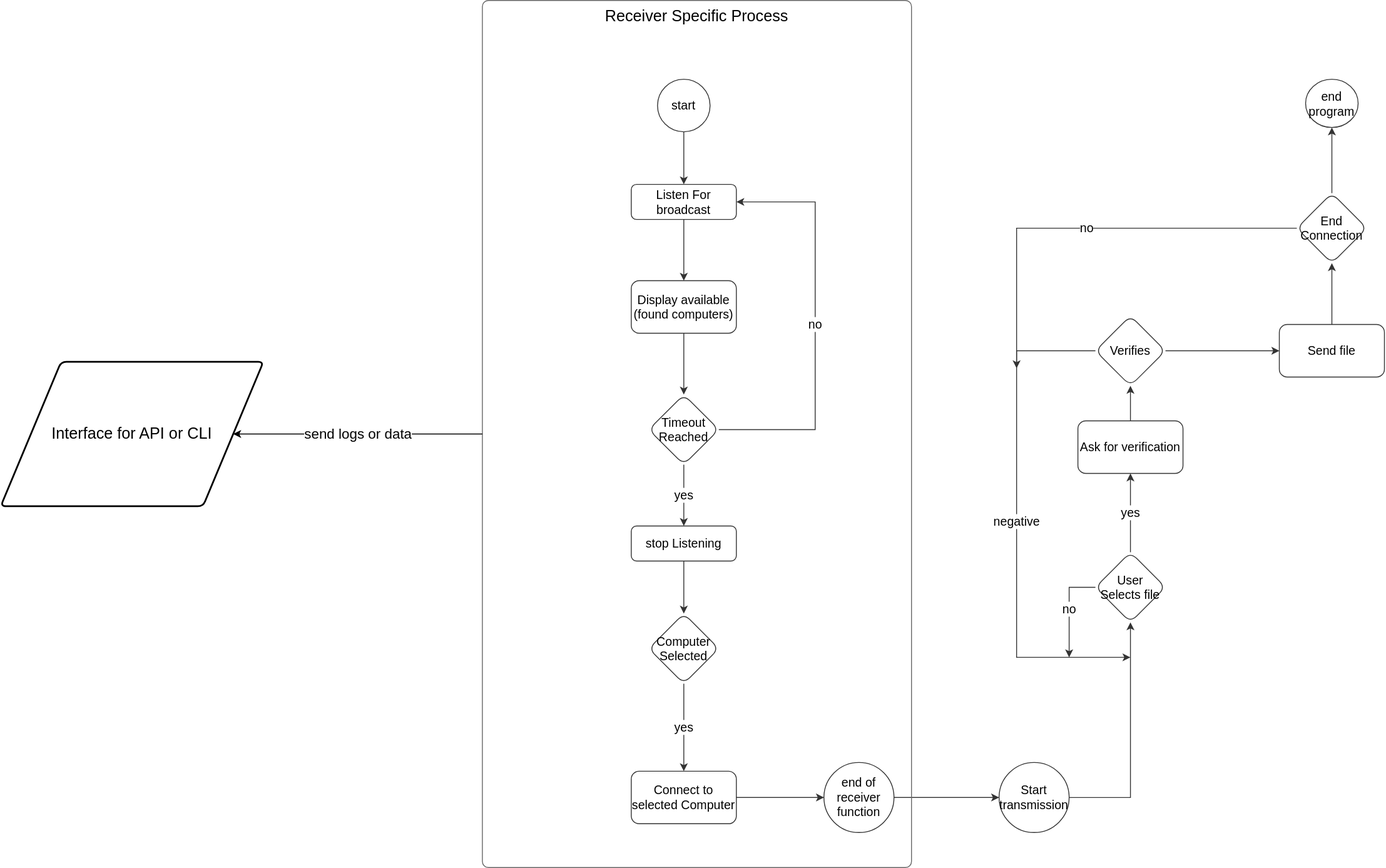
This is swift_receiver.drawio.svg from 321swift/swift, a draw.io export, as it was before one commit. Source tidied: cells renumbered, new cells last; positions are measured from the earlier drawing's top-left corner, leaving out a move shared by most shapes.
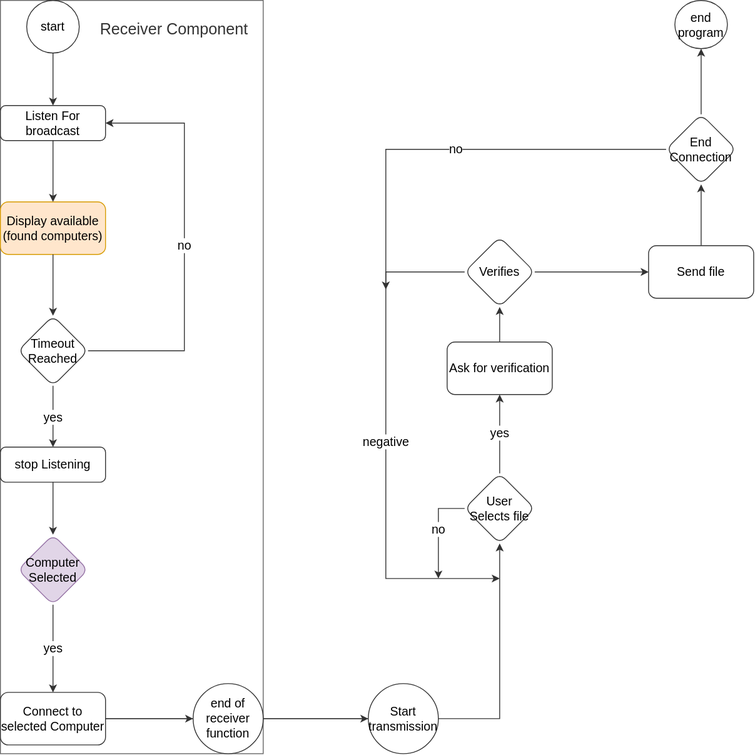
After the commit.

The edit, as a diff of the source:
```diff
@@ -66,76 +66,67 @@
     <mxCell id="19" style="edgeStyle=orthogonalEdgeStyle;rounded=0;jettySize=auto;html=1;fontSize=14;strokeColor=#333333;" parent="5" edge="1" source="16" target="18">
       <mxGeometry relative="1" as="geometry" />
     </mxCell>
-    <mxCell id="20" value="Receiver Specific Process" style="group;fontSize=18;" parent="1" vertex="1">
-      <mxGeometry x="550" width="490" height="990" as="geometry" />
-    </mxCell>
+    <mxCell id="41" value="Receiver Component" style="group;fillColor=none;fontColor=#333333;strokeColor=#666666;fontSize=18;verticalAlign=top;align=right;spacing=17;spacingBottom=1;spacingLeft=18;" parent="1" vertex="1">
+      <mxGeometry x="720" y="90" width="300" height="860" as="geometry" />
+    </mxCell>
-    <mxCell id="21" style="rounded=0;html=1;jettySize=auto;orthogonalLoop=1;fontSize=14;endArrow=block;endFill=0;endSize=8;strokeWidth=1;shadow=0;labelBackgroundColor=none;edgeStyle=orthogonalEdgeStyle;strokeColor=#333333;" parent="20" edge="1">
+    <mxCell id="21" style="rounded=0;html=1;jettySize=auto;orthogonalLoop=1;fontSize=14;endArrow=block;endFill=0;endSize=8;strokeWidth=1;shadow=0;labelBackgroundColor=none;edgeStyle=orthogonalEdgeStyle;strokeColor=#333333;" parent="41" edge="1">
       <mxGeometry relative="1" as="geometry">
-        <mxPoint x="224" y="460" as="sourcePoint" />
-        <mxPoint x="224" y="510" as="targetPoint" />
+        <mxPoint x="54" y="370" as="sourcePoint" />
+        <mxPoint x="54" y="420" as="targetPoint" />
       </mxGeometry>
     </mxCell>
-    <mxCell id="22" value="&lt;div style=&quot;font-size: 14px;&quot;&gt;Listen For broadcast&lt;/div&gt;" style="rounded=1;whiteSpace=wrap;html=1;fontSize=14;glass=0;strokeWidth=1;shadow=0;strokeColor=#333333;" parent="20" vertex="1">
-      <mxGeometry x="170" y="210" width="120" height="40" as="geometry" />
+    <mxCell id="22" value="&lt;div style=&quot;font-size: 14px;&quot;&gt;Listen For broadcast&lt;/div&gt;" style="rounded=1;whiteSpace=wrap;html=1;fontSize=14;glass=0;strokeWidth=1;shadow=0;strokeColor=#333333;" parent="41" vertex="1">
+      <mxGeometry y="120" width="120" height="40" as="geometry" />
     </mxCell>
-    <mxCell id="23" style="edgeStyle=orthogonalEdgeStyle;jettySize=auto;html=1;curved=1;fontSize=14;strokeColor=#333333;" parent="20" edge="1" source="24" target="22">
+    <mxCell id="23" style="edgeStyle=orthogonalEdgeStyle;jettySize=auto;html=1;curved=1;fontSize=14;strokeColor=#333333;" parent="41" edge="1" source="24" target="22">
       <mxGeometry relative="1" as="geometry" />
     </mxCell>
-    <mxCell id="24" value="&lt;font style=&quot;font-size: 14px;&quot;&gt;start&lt;/font&gt;" style="strokeWidth=1;html=1;shape=mxgraph.flowchart.start_2;whiteSpace=wrap;fontSize=14;strokeColor=#333333;" parent="20" vertex="1">
-      <mxGeometry x="200" y="90" width="60" height="60" as="geometry" />
+    <mxCell id="24" value="&lt;font style=&quot;font-size: 14px;&quot;&gt;start&lt;/font&gt;" style="strokeWidth=1;html=1;shape=mxgraph.flowchart.start_2;whiteSpace=wrap;fontSize=14;strokeColor=#333333;" parent="41" vertex="1">
+      <mxGeometry x="30" width="60" height="60" as="geometry" />
     </mxCell>
-    <mxCell id="25" value="&lt;div style=&quot;font-size: 14px;&quot;&gt;Display available&lt;/div&gt;&lt;div style=&quot;font-size: 14px;&quot;&gt;(found computers)&lt;/div&gt;" style="whiteSpace=wrap;html=1;rounded=1;glass=0;strokeWidth=1;shadow=0;fontSize=14;strokeColor=#333333;" parent="20" vertex="1">
-      <mxGeometry x="170" y="320" width="120" height="60" as="geometry" />
+    <mxCell id="25" value="&lt;div style=&quot;font-size: 14px;&quot;&gt;Display available&lt;/div&gt;&lt;div style=&quot;font-size: 14px;&quot;&gt;(found computers)&lt;/div&gt;" style="whiteSpace=wrap;html=1;rounded=1;glass=0;strokeWidth=1;shadow=0;fontSize=14;strokeColor=#d79b00;fillColor=#ffe6cc;" parent="41" vertex="1">
+      <mxGeometry y="230" width="120" height="60" as="geometry" />
     </mxCell>
-    <mxCell id="26" style="edgeStyle=orthogonalEdgeStyle;rounded=0;jettySize=auto;html=1;fontSize=14;strokeColor=#333333;" parent="20" edge="1" source="22" target="25">
+    <mxCell id="26" style="edgeStyle=orthogonalEdgeStyle;rounded=0;jettySize=auto;html=1;fontSize=14;strokeColor=#333333;" parent="41" edge="1" source="22" target="25">
       <mxGeometry relative="1" as="geometry" />
     </mxCell>
-    <mxCell id="27" value="no" style="edgeStyle=orthogonalEdgeStyle;rounded=0;jettySize=auto;html=1;fontSize=14;strokeColor=#333333;" parent="20" edge="1" source="28" target="22">
+    <mxCell id="27" value="no" style="edgeStyle=orthogonalEdgeStyle;rounded=0;jettySize=auto;html=1;fontSize=14;strokeColor=#333333;" parent="41" edge="1" source="28" target="22">
       <mxGeometry relative="1" as="geometry">
         <Array as="points">
-          <mxPoint x="380" y="490" />
-          <mxPoint x="380" y="230" />
+          <mxPoint x="210" y="400" />
+          <mxPoint x="210" y="140" />
         </Array>
       </mxGeometry>
     </mxCell>
-    <mxCell id="28" value="Timeout Reached" style="rhombus;whiteSpace=wrap;html=1;rounded=1;glass=0;strokeWidth=1;shadow=0;fontSize=14;strokeColor=#333333;" parent="20" vertex="1">
-      <mxGeometry x="190" y="450" width="80" height="80" as="geometry" />
+    <mxCell id="28" value="Timeout Reached" style="rhombus;whiteSpace=wrap;html=1;rounded=1;glass=0;strokeWidth=1;shadow=0;fontSize=14;strokeColor=#333333;" parent="41" vertex="1">
+      <mxGeometry x="20" y="360" width="80" height="80" as="geometry" />
     </mxCell>
-    <mxCell id="29" style="edgeStyle=orthogonalEdgeStyle;rounded=0;jettySize=auto;html=1;fontSize=14;strokeColor=#333333;" parent="20" edge="1" source="25" target="28">
+    <mxCell id="29" style="edgeStyle=orthogonalEdgeStyle;rounded=0;jettySize=auto;html=1;fontSize=14;strokeColor=#333333;" parent="41" edge="1" source="25" target="28">
       <mxGeometry relative="1" as="geometry" />
     </mxCell>
-    <mxCell id="30" value="&lt;div style=&quot;font-size: 14px;&quot;&gt;stop Listening&lt;/div&gt;" style="whiteSpace=wrap;html=1;rounded=1;glass=0;strokeWidth=1;shadow=0;fontSize=14;strokeColor=#333333;" parent="20" vertex="1">
-      <mxGeometry x="170" y="600" width="120" height="40" as="geometry" />
+    <mxCell id="30" value="&lt;div style=&quot;font-size: 14px;&quot;&gt;stop Listening&lt;/div&gt;" style="whiteSpace=wrap;html=1;rounded=1;glass=0;strokeWidth=1;shadow=0;fontSize=14;strokeColor=#333333;" parent="41" vertex="1">
+      <mxGeometry y="510" width="120" height="40" as="geometry" />
     </mxCell>
-    <mxCell id="31" value="yes" style="edgeStyle=orthogonalEdgeStyle;rounded=0;jettySize=auto;html=1;fontSize=14;strokeColor=#333333;" parent="20" edge="1" source="28" target="30">
+    <mxCell id="31" value="yes" style="edgeStyle=orthogonalEdgeStyle;rounded=0;jettySize=auto;html=1;fontSize=14;strokeColor=#333333;" parent="41" edge="1" source="28" target="30">
       <mxGeometry relative="1" as="geometry" />
     </mxCell>
-    <mxCell id="32" value="Computer Selected" style="rhombus;whiteSpace=wrap;html=1;rounded=1;glass=0;strokeWidth=1;shadow=0;fontSize=14;strokeColor=#333333;" parent="20" vertex="1">
-      <mxGeometry x="190" y="700" width="80" height="80" as="geometry" />
+    <mxCell id="32" value="Computer Selected" style="rhombus;whiteSpace=wrap;html=1;rounded=1;glass=0;strokeWidth=1;shadow=0;fontSize=14;strokeColor=#9673a6;fillColor=#e1d5e7;" parent="41" vertex="1">
+      <mxGeometry x="20" y="610" width="80" height="80" as="geometry" />
     </mxCell>
-    <mxCell id="33" style="edgeStyle=orthogonalEdgeStyle;rounded=0;jettySize=auto;html=1;fontSize=14;strokeColor=#333333;" parent="20" edge="1" source="30" target="32">
+    <mxCell id="33" style="edgeStyle=orthogonalEdgeStyle;rounded=0;jettySize=auto;html=1;fontSize=14;strokeColor=#333333;" parent="41" edge="1" source="30" target="32">
       <mxGeometry relative="1" as="geometry" />
     </mxCell>
-    <mxCell id="34" value="Connect to selected Computer" style="whiteSpace=wrap;html=1;rounded=1;glass=0;strokeWidth=1;shadow=0;fontSize=14;strokeColor=#333333;" parent="20" vertex="1">
-      <mxGeometry x="170" y="880" width="120" height="60" as="geometry" />
+    <mxCell id="34" value="Connect to selected Computer" style="whiteSpace=wrap;html=1;rounded=1;glass=0;strokeWidth=1;shadow=0;fontSize=14;strokeColor=#333333;" parent="41" vertex="1">
+      <mxGeometry y="790" width="120" height="60" as="geometry" />
     </mxCell>
-    <mxCell id="35" value="yes" style="edgeStyle=orthogonalEdgeStyle;rounded=0;jettySize=auto;html=1;fontSize=14;strokeColor=#333333;" parent="20" edge="1" source="32" target="34">
+    <mxCell id="35" value="yes" style="edgeStyle=orthogonalEdgeStyle;rounded=0;jettySize=auto;html=1;fontSize=14;strokeColor=#333333;" parent="41" edge="1" source="32" target="34">
       <mxGeometry relative="1" as="geometry" />
     </mxCell>
-    <mxCell id="36" value="end of receiver function" style="ellipse;whiteSpace=wrap;html=1;rounded=1;glass=0;strokeWidth=1;shadow=0;fontSize=14;strokeColor=#333333;" parent="20" vertex="1">
-      <mxGeometry x="390" y="870" width="80" height="80" as="geometry" />
+    <mxCell id="36" value="end of receiver function" style="ellipse;whiteSpace=wrap;html=1;rounded=1;glass=0;strokeWidth=1;shadow=0;fontSize=14;strokeColor=#333333;" parent="41" vertex="1">
+      <mxGeometry x="220" y="780" width="80" height="80" as="geometry" />
     </mxCell>
-    <mxCell id="37" style="edgeStyle=orthogonalEdgeStyle;rounded=0;jettySize=auto;html=1;fontSize=14;strokeColor=#333333;" parent="20" edge="1" source="34" target="36">
+    <mxCell id="37" style="edgeStyle=orthogonalEdgeStyle;rounded=0;jettySize=auto;html=1;fontSize=14;strokeColor=#333333;" parent="41" edge="1" source="34" target="36">
       <mxGeometry relative="1" as="geometry" />
     </mxCell>
-    <mxCell id="38" style="rounded=1;whiteSpace=wrap;html=1;absoluteArcSize=1;arcSize=14;strokeWidth=1;fillColor=none;fontColor=#333333;strokeColor=#666666;" parent="20" vertex="1">
-      <mxGeometry width="490" height="990" as="geometry" />
-    </mxCell>
-    <mxCell id="39" value="&lt;font style=&quot;font-size: 18px;&quot;&gt;Interface for API or CLI&lt;br&gt;&lt;/font&gt;" style="shape=parallelogram;html=1;strokeWidth=2;perimeter=parallelogramPerimeter;whiteSpace=wrap;rounded=1;arcSize=12;size=0.23;" parent="1" vertex="1">
-      <mxGeometry y="412.5" width="300" height="165" as="geometry" />
-    </mxCell>
-    <mxCell id="40" value="send logs or data " style="edgeStyle=orthogonalEdgeStyle;rounded=0;jettySize=auto;html=1;fontSize=16;" parent="1" edge="1" source="38" target="39">
-      <mxGeometry relative="1" as="geometry" />
-    </mxCell>
   </root>
 </mxGraphModel>
```
